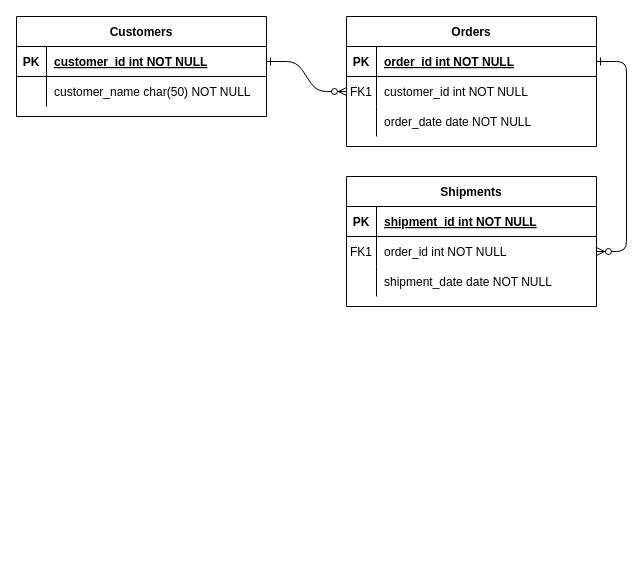
Before: database/payment.drawio in Orbit-2808/private-orbit-bank, a draw.io diagram. Source tidied: cells renumbered, new cells numbered last; positions are measured from the earlier drawing's top-left corner, leaving out a move shared by most shapes. Both pictures are drawn from the tidied source at 100%, with x=0, y=0 at pixel (16, 16).
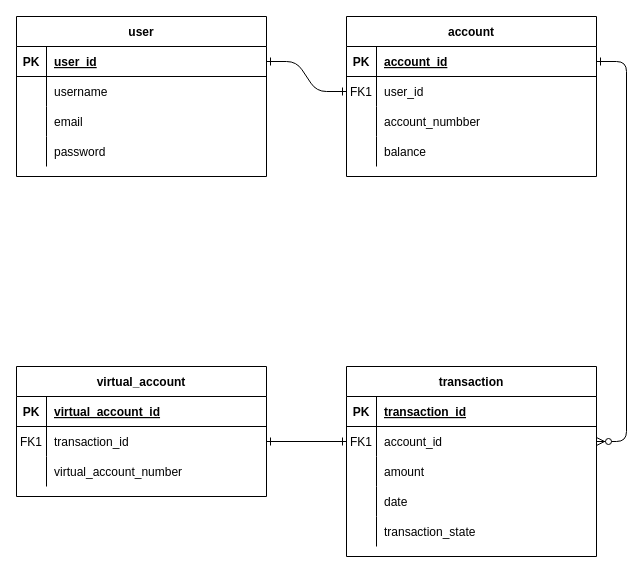
After the change.

Unchanged cells that the change refers to:
```xml
<mxCell id="5" style="shape=partialRectangle;fillColor=none;points=[[0,0.5],[1,0.5]];portConstraint=eastwest;top=0;left=0;right=0;bottom=1;" parent="4" vertex="1">
  <mxGeometry y="30" width="250" height="30" as="geometry" />
</mxCell>
<mxCell id="8" style="shape=partialRectangle;fillColor=none;points=[[0,0.5],[1,0.5]];portConstraint=eastwest;top=0;left=0;right=0;bottom=0;" parent="4" vertex="1">
  <mxGeometry y="60" width="250" height="30" as="geometry" />
</mxCell>
<mxCell id="11" style="shape=partialRectangle;fillColor=none;top=0;left=0;right=0;bottom=0;" parent="4" vertex="1">
  <mxGeometry y="90" width="250" height="30" as="geometry" />
</mxCell>
<mxCell id="15" style="shape=partialRectangle;fillColor=none;top=0;left=0;right=0;bottom=1;" parent="14" vertex="1">
  <mxGeometry y="30" width="250" height="30" as="geometry" />
</mxCell>
<mxCell id="18" style="shape=partialRectangle;fillColor=none;points=[[0,0.5],[1,0.5]];portConstraint=eastwest;top=0;left=0;right=0;bottom=0;" parent="14" vertex="1">
  <mxGeometry y="60" width="250" height="30" as="geometry" />
</mxCell>
<mxCell id="21" style="shape=partialRectangle;fillColor=none;top=0;left=0;right=0;bottom=0;" parent="14" vertex="1">
  <mxGeometry y="90" width="250" height="30" as="geometry" />
</mxCell>
<mxCell id="25" style="shape=partialRectangle;fillColor=none;points=[[0,0.5],[1,0.5]];portConstraint=eastwest;top=0;left=0;right=0;bottom=1;" parent="24" vertex="1">
  <mxGeometry y="30" width="250" height="30" as="geometry" />
</mxCell>
```

Diff of the diagram source:
```diff
@@
-    <mxCell id="2" style="edgeStyle=entityRelationEdgeStyle;endArrow=ERzeroToMany;startArrow=ERone;endFill=1;startFill=0;" parent="1" edge="1" source="25" target="8">
+    <mxCell id="2" style="edgeStyle=entityRelationEdgeStyle;endArrow=ERone;startArrow=ERone;endFill=0;startFill=0;" parent="1" edge="1" source="25" target="8">
       <mxGeometry relative="1" as="geometry" />
     </mxCell>
     <mxCell id="3" style="edgeStyle=entityRelationEdgeStyle;endArrow=ERzeroToMany;startArrow=ERone;endFill=1;startFill=0;" parent="1" edge="1" source="5" target="18">
-      <mxGeometry relative="1" as="geometry" />
+      <mxGeometry relative="1" as="geometry">
+        <Array as="points">
+          <mxPoint x="680" y="240" />
+          <mxPoint x="660" y="240" />
+          <mxPoint x="660" y="250" />
+        </Array>
+      </mxGeometry>
     </mxCell>
-    <mxCell id="4" value="Orders" style="shape=table;startSize=30;childLayout=tableLayout;rowLines=0;fontStyle=1;align=center;" parent="1" vertex="1">
-      <mxGeometry x="330" width="250" height="130" as="geometry" />
+    <mxCell id="4" value="account" style="shape=table;startSize=30;childLayout=tableLayout;rowLines=0;fontStyle=1;align=center;" parent="1" vertex="1">
+      <mxGeometry x="330" width="250" height="160" as="geometry" />
     </mxCell>
@@
-    <mxCell id="7" value="order_id int NOT NULL " style="shape=partialRectangle;overflow=hidden;fillColor=none;top=0;left=0;bottom=0;right=0;align=left;spacingLeft=6;fontStyle=5;" parent="5" vertex="1">
+    <mxCell id="7" value="account_id" style="shape=partialRectangle;overflow=hidden;fillColor=none;top=0;left=0;bottom=0;right=0;align=left;spacingLeft=6;fontStyle=5;" parent="5" vertex="1">
       <mxGeometry x="30" width="220" height="30" as="geometry" />
     </mxCell>
@@
-    <mxCell id="10" value="customer_id int NOT NULL" style="shape=partialRectangle;overflow=hidden;fillColor=none;top=0;left=0;bottom=0;right=0;align=left;spacingLeft=6;" parent="8" vertex="1">
+    <mxCell id="10" value="user_id" style="shape=partialRectangle;overflow=hidden;fillColor=none;top=0;left=0;bottom=0;right=0;align=left;spacingLeft=6;" parent="8" vertex="1">
       <mxGeometry x="30" width="220" height="30" as="geometry" />
     </mxCell>
@@
-    <mxCell id="13" value="order_date date NOT NULL" style="shape=partialRectangle;overflow=hidden;fillColor=none;top=0;left=0;bottom=0;right=0;align=left;spacingLeft=6;" parent="11" vertex="1">
+    <mxCell id="13" value="account_numbber" style="shape=partialRectangle;overflow=hidden;fillColor=none;top=0;left=0;bottom=0;right=0;align=left;spacingLeft=6;" parent="11" vertex="1">
       <mxGeometry x="30" width="220" height="30" as="geometry" />
     </mxCell>
+    <mxCell id="31" style="shape=partialRectangle;fillColor=none;top=0;left=0;right=0;bottom=0;" parent="4" vertex="1">
+      <mxGeometry y="120" width="250" height="30" as="geometry" />
+    </mxCell>
+    <mxCell id="32" style="shape=partialRectangle;overflow=hidden;fillColor=none;top=0;left=0;bottom=0;right=0;" parent="31" vertex="1">
+      <mxGeometry width="30" height="30" as="geometry" />
+    </mxCell>
+    <mxCell id="33" value="balance" style="shape=partialRectangle;overflow=hidden;fillColor=none;top=0;left=0;bottom=0;right=0;align=left;spacingLeft=6;" parent="31" vertex="1">
+      <mxGeometry x="30" width="220" height="30" as="geometry" />
+    </mxCell>
-    <mxCell id="14" value="Shipments" style="shape=table;startSize=30;childLayout=tableLayout;rowLines=0;fontStyle=1;align=center;" parent="1" vertex="1">
-      <mxGeometry x="330" y="160" width="250" height="130" as="geometry" />
+    <mxCell id="14" value="transaction" style="shape=table;startSize=30;childLayout=tableLayout;rowLines=0;fontStyle=1;align=center;" parent="1" vertex="1">
+      <mxGeometry x="330" y="350" width="250" height="190" as="geometry" />
     </mxCell>
@@
-    <mxCell id="17" value="shipment_id int NOT NULL " style="shape=partialRectangle;overflow=hidden;fillColor=none;top=0;left=0;bottom=0;right=0;align=left;spacingLeft=6;fontStyle=5;" parent="15" vertex="1">
+    <mxCell id="17" value="transaction_id" style="shape=partialRectangle;overflow=hidden;fillColor=none;top=0;left=0;bottom=0;right=0;align=left;spacingLeft=6;fontStyle=5;" parent="15" vertex="1">
       <mxGeometry x="30" width="220" height="30" as="geometry" />
     </mxCell>
@@
-    <mxCell id="20" value="order_id int NOT NULL" style="shape=partialRectangle;overflow=hidden;fillColor=none;top=0;left=0;bottom=0;right=0;align=left;spacingLeft=6;" parent="18" vertex="1">
+    <mxCell id="20" value="account_id" style="shape=partialRectangle;overflow=hidden;fillColor=none;top=0;left=0;bottom=0;right=0;align=left;spacingLeft=6;" parent="18" vertex="1">
       <mxGeometry x="30" width="220" height="30" as="geometry" />
     </mxCell>
@@
-    <mxCell id="23" value="shipment_date date NOT NULL" style="shape=partialRectangle;overflow=hidden;fillColor=none;top=0;left=0;bottom=0;right=0;align=left;spacingLeft=6;" parent="21" vertex="1">
+    <mxCell id="23" value="amount" style="shape=partialRectangle;overflow=hidden;fillColor=none;top=0;left=0;bottom=0;right=0;align=left;spacingLeft=6;" parent="21" vertex="1">
       <mxGeometry x="30" width="220" height="30" as="geometry" />
     </mxCell>
+    <mxCell id="34" style="shape=partialRectangle;fillColor=none;top=0;left=0;right=0;bottom=0;" parent="14" vertex="1">
+      <mxGeometry y="120" width="250" height="30" as="geometry" />
+    </mxCell>
+    <mxCell id="35" style="shape=partialRectangle;overflow=hidden;fillColor=none;top=0;left=0;bottom=0;right=0;" parent="34" vertex="1">
+      <mxGeometry width="30" height="30" as="geometry" />
+    </mxCell>
+    <mxCell id="36" value="date" style="shape=partialRectangle;overflow=hidden;fillColor=none;top=0;left=0;bottom=0;right=0;align=left;spacingLeft=6;" parent="34" vertex="1">
+      <mxGeometry x="30" width="220" height="30" as="geometry" />
+    </mxCell>
+    <mxCell id="37" style="shape=partialRectangle;fillColor=none;top=0;left=0;right=0;bottom=0;" parent="14" vertex="1">
+      <mxGeometry y="150" width="250" height="30" as="geometry" />
+    </mxCell>
+    <mxCell id="38" style="shape=partialRectangle;overflow=hidden;fillColor=none;top=0;left=0;bottom=0;right=0;" parent="37" vertex="1">
+      <mxGeometry width="30" height="30" as="geometry" />
+    </mxCell>
+    <mxCell id="39" value="transaction_state" style="shape=partialRectangle;overflow=hidden;fillColor=none;top=0;left=0;bottom=0;right=0;align=left;spacingLeft=6;" parent="37" vertex="1">
+      <mxGeometry x="30" width="220" height="30" as="geometry" />
+    </mxCell>
-    <mxCell id="24" value="Customers" style="shape=table;startSize=30;childLayout=tableLayout;rowLines=0;fontStyle=1;align=center;" parent="1" vertex="1">
-      <mxGeometry width="250" height="100" as="geometry" />
+    <mxCell id="24" value="user" style="shape=table;startSize=30;childLayout=tableLayout;rowLines=0;fontStyle=1;align=center;" parent="1" vertex="1">
+      <mxGeometry width="250" height="160" as="geometry" />
     </mxCell>
@@
-    <mxCell id="27" value="customer_id int NOT NULL " style="shape=partialRectangle;overflow=hidden;fillColor=none;top=0;left=0;bottom=0;right=0;align=left;spacingLeft=6;fontStyle=5;" parent="25" vertex="1">
+    <mxCell id="27" value="user_id" style="shape=partialRectangle;overflow=hidden;fillColor=none;top=0;left=0;bottom=0;right=0;align=left;spacingLeft=6;fontStyle=5;" parent="25" vertex="1">
       <mxGeometry x="30" width="220" height="30" as="geometry" />
     </mxCell>
+    <mxCell id="40" style="shape=partialRectangle;fillColor=none;top=0;left=0;right=0;bottom=0;" parent="24" vertex="1">
+      <mxGeometry y="60" width="250" height="30" as="geometry" />
+    </mxCell>
+    <mxCell id="41" style="shape=partialRectangle;overflow=hidden;fillColor=none;top=0;left=0;bottom=0;right=0;" parent="40" vertex="1">
+      <mxGeometry width="30" height="30" as="geometry" />
+    </mxCell>
+    <mxCell id="42" value="username" style="shape=partialRectangle;overflow=hidden;fillColor=none;top=0;left=0;bottom=0;right=0;align=left;spacingLeft=6;" parent="40" vertex="1">
+      <mxGeometry x="30" width="220" height="30" as="geometry" />
+    </mxCell>
     <mxCell id="28" style="shape=partialRectangle;fillColor=none;top=0;left=0;right=0;bottom=0;" parent="24" vertex="1">
-      <mxGeometry y="60" width="250" height="30" as="geometry" />
+      <mxGeometry y="90" width="250" height="30" as="geometry" />
     </mxCell>
@@
-    <mxCell id="30" value="customer_name char(50) NOT NULL" style="shape=partialRectangle;overflow=hidden;fillColor=none;top=0;left=0;bottom=0;right=0;align=left;spacingLeft=6;" parent="28" vertex="1">
+    <mxCell id="30" value="email" style="shape=partialRectangle;overflow=hidden;fillColor=none;top=0;left=0;bottom=0;right=0;align=left;spacingLeft=6;" parent="28" vertex="1">
       <mxGeometry x="30" width="220" height="30" as="geometry" />
     </mxCell>
+    <mxCell id="43" style="shape=partialRectangle;fillColor=none;top=0;left=0;right=0;bottom=0;" parent="24" vertex="1">
+      <mxGeometry y="120" width="250" height="30" as="geometry" />
+    </mxCell>
+    <mxCell id="44" style="shape=partialRectangle;overflow=hidden;fillColor=none;top=0;left=0;bottom=0;right=0;" parent="43" vertex="1">
+      <mxGeometry width="30" height="30" as="geometry" />
+    </mxCell>
+    <mxCell id="45" value="password" style="shape=partialRectangle;overflow=hidden;fillColor=none;top=0;left=0;bottom=0;right=0;align=left;spacingLeft=6;" parent="43" vertex="1">
+      <mxGeometry x="30" width="220" height="30" as="geometry" />
+    </mxCell>
+    <mxCell id="46" value="virtual_account" style="shape=table;startSize=30;childLayout=tableLayout;rowLines=0;fontStyle=1;align=center;" parent="1" vertex="1">
+      <mxGeometry y="350" width="250" height="130" as="geometry" />
+    </mxCell>
+    <mxCell id="47" style="shape=partialRectangle;fillColor=none;top=0;left=0;right=0;bottom=1;" parent="46" vertex="1">
+      <mxGeometry y="30" width="250" height="30" as="geometry" />
+    </mxCell>
+    <mxCell id="48" value="PK" style="shape=partialRectangle;overflow=hidden;fillColor=none;top=0;left=0;bottom=0;right=0;fontStyle=1;" parent="47" vertex="1">
+      <mxGeometry width="30" height="30" as="geometry" />
+    </mxCell>
+    <mxCell id="49" value="virtual_account_id" style="shape=partialRectangle;overflow=hidden;fillColor=none;top=0;left=0;bottom=0;right=0;align=left;spacingLeft=6;fontStyle=5;" parent="47" vertex="1">
+      <mxGeometry x="30" width="220" height="30" as="geometry" />
+    </mxCell>
+    <mxCell id="50" style="shape=partialRectangle;fillColor=none;points=[[0,0.5],[1,0.5]];portConstraint=eastwest;top=0;left=0;right=0;bottom=0;" parent="46" vertex="1">
+      <mxGeometry y="60" width="250" height="30" as="geometry" />
+    </mxCell>
+    <mxCell id="51" value="FK1" style="shape=partialRectangle;overflow=hidden;fillColor=none;top=0;left=0;bottom=0;right=0;" parent="50" vertex="1">
+      <mxGeometry width="30" height="30" as="geometry" />
+    </mxCell>
+    <mxCell id="52" value="transaction_id" style="shape=partialRectangle;overflow=hidden;fillColor=none;top=0;left=0;bottom=0;right=0;align=left;spacingLeft=6;" parent="50" vertex="1">
+      <mxGeometry x="30" width="220" height="30" as="geometry" />
+    </mxCell>
+    <mxCell id="53" style="shape=partialRectangle;fillColor=none;top=0;left=0;right=0;bottom=0;" parent="46" vertex="1">
+      <mxGeometry y="90" width="250" height="30" as="geometry" />
+    </mxCell>
+    <mxCell id="54" style="shape=partialRectangle;overflow=hidden;fillColor=none;top=0;left=0;bottom=0;right=0;" parent="53" vertex="1">
+      <mxGeometry width="30" height="30" as="geometry" />
+    </mxCell>
+    <mxCell id="55" value="virtual_account_number" style="shape=partialRectangle;overflow=hidden;fillColor=none;top=0;left=0;bottom=0;right=0;align=left;spacingLeft=6;" parent="53" vertex="1">
+      <mxGeometry x="30" width="220" height="30" as="geometry" />
+    </mxCell>
+    <mxCell id="56" style="edgeStyle=orthogonalEdgeStyle;rounded=0;jettySize=auto;html=1;entryX=1;entryY=0.5;entryDx=0;entryDy=0;endArrow=ERone;endFill=0;startArrow=ERone;startFill=0;" parent="1" edge="1" source="18" target="50">
+      <mxGeometry relative="1" as="geometry" />
+    </mxCell>
```
